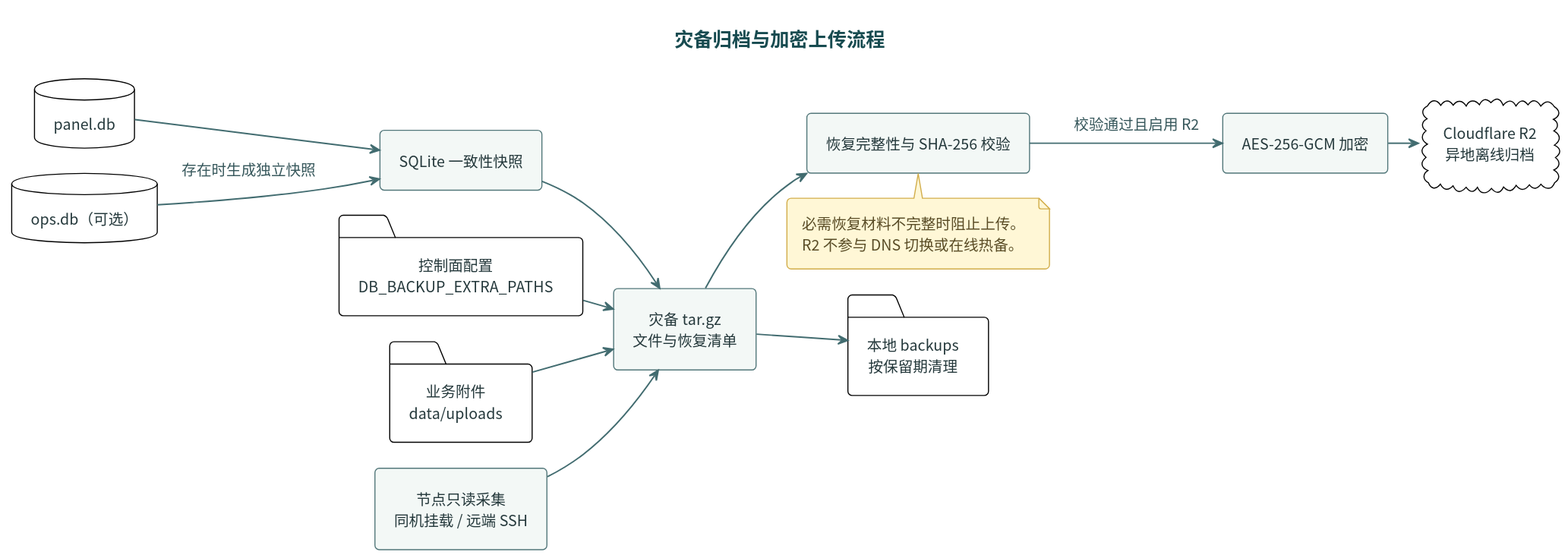
i-zrhe2016/ai-routing-panel keeps this PlantUML diagram as docs/diagrams/disaster-backup-flow.svg. Above is the earlier version.
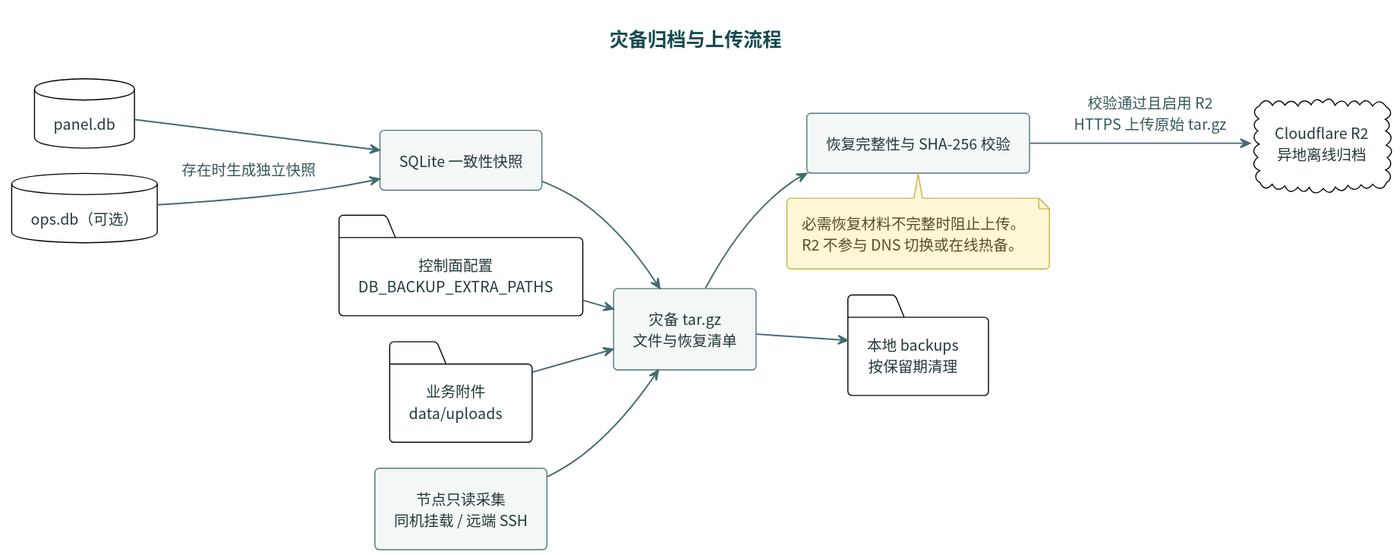
The same diagram one commit later.

The edit, as a diff of the source:
```diff
@@ -1,6 +1,6 @@
 @startuml
 !include style.iuml
-title 灾备归档与加密上传流程
+title 灾备归档与上传流程
 left to right direction
 database "panel.db" as db
 database "ops.db（可选）" as opsdb
@@ -10,7 +10,6 @@
 component "节点只读采集\n同机挂载 / 远端 SSH" as nodes
 component "灾备 tar.gz\n文件与恢复清单" as bundle
 component "恢复完整性与 SHA-256 校验" as validate
-component "AES-256-GCM 加密" as encrypt
 cloud "Cloudflare R2\n异地离线归档" as r2
 folder "本地 backups\n按保留期清理" as local
 db --> snapshot
@@ -20,8 +19,7 @@
 uploads --> bundle
 nodes --> bundle
 bundle --> validate
-validate --> encrypt : 校验通过且启用 R2
-encrypt --> r2
+validate --> r2 : 校验通过且启用 R2\nHTTPS 上传原始 tar.gz
 bundle --> local
 note bottom of validate
 必需恢复材料不完整时阻止上传。
```
